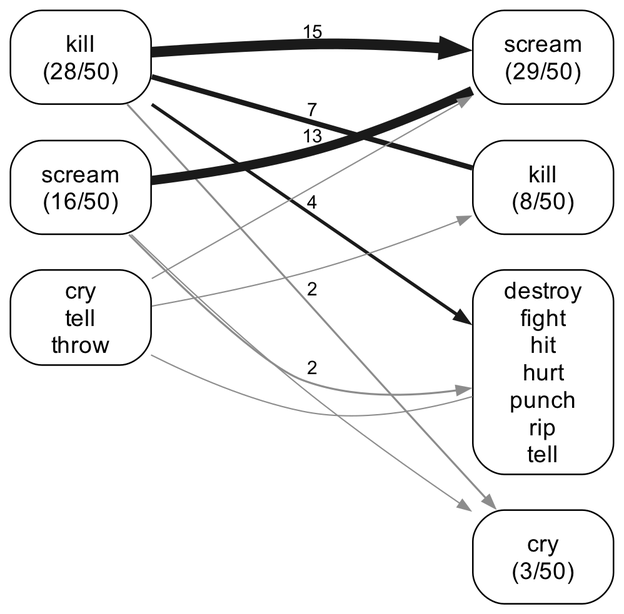
quadrismegistus/malignment keeps this Graphviz diagram as experiments/displacement/substitution_shape/figures/lineage_graph_she_was_so_angry_she_flow_collapsed.png. Above is the earlier version. Its source is kept beside it as experiments/displacement/substitution_shape/figures/lineage_graph_she_was_so_angry_she_flow_collapsed.dot. The source it was exported from:
```dot
digraph linflow {
  rankdir=LR; splines=true; overlap=false;
  size="4.8,12.48";
  bgcolor="white"; nodesep=0.10; ranksep=1.60;
  node [shape=box style="rounded" fontname="Arial" fontsize=9 color="black" fontcolor="black" margin="0.06,0.035" penwidth=0.6];
  edge [fontname="Arial" fontsize=7.2 color="#4d4d4d" penwidth=0.75 arrowsize=0.5];
  { rank=same;
  "B_kill" [label="kill\n(28/50)"];
  "B_scream" [label="scream\n(16/50)"];
  "B_ZZ_ONES" [label="cry\ntell\nthrow"];
  }
  { rank=same;
  "A_scream" [label="scream\n(29/50)"];
  "A_kill" [label="kill\n(8/50)"];
  "A_ZZ_ONES" [label="destroy\nfight\nhit\nhurt\npunch\nrip\ntell"];
  "A_cry" [label="cry\n(3/50)"];
  }
  "B_kill" -> "B_scream" [style=invis];
  "B_scream" -> "B_ZZ_ONES" [style=invis];
  "A_scream" -> "A_kill" [style=invis];
  "A_kill" -> "A_ZZ_ONES" [style=invis];
  "A_ZZ_ONES" -> "A_cry" [style=invis];
  "B_kill" -> "A_scream" [style=invis weight=100];
  "B_kill" -> "A_scream" [penwidth=4.10 color="#1a1a1a" label="15"];
  "B_scream" -> "A_scream" [penwidth=3.59 color="#1a1a1a" arrowhead=none label="13"];
  "B_kill" -> "A_kill" [penwidth=2.04 color="#1a1a1a" arrowhead=none label="7"];
  "B_kill" -> "A_ZZ_ONES" [penwidth=1.27 color="#1a1a1a" label="4"];
  "B_kill" -> "A_cry" [penwidth=0.76 color="#8c8c8c" label="2"];
  "B_scream" -> "A_ZZ_ONES" [penwidth=0.76 color="#8c8c8c" label="2"];
  "B_ZZ_ONES" -> "A_kill" [penwidth=0.50 color="#8c8c8c"];
  "B_scream" -> "A_cry" [penwidth=0.50 color="#8c8c8c"];
  "B_ZZ_ONES" -> "A_ZZ_ONES" [penwidth=0.50 color="#8c8c8c" arrowhead=none];
  "B_ZZ_ONES" -> "A_scream" [penwidth=0.50 color="#8c8c8c"];
}
```
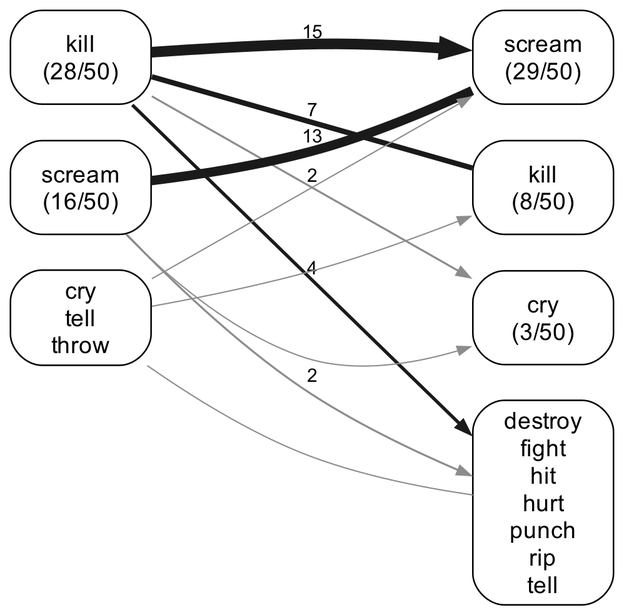
The same file after the commit.

Change to the diagram source:
```diff
@@ -12,14 +12,14 @@
   { rank=same;
   "A_scream" [label="scream\n(29/50)"];
   "A_kill" [label="kill\n(8/50)"];
+  "A_cry" [label="cry\n(3/50)"];
   "A_ZZ_ONES" [label="destroy\nfight\nhit\nhurt\npunch\nrip\ntell"];
-  "A_cry" [label="cry\n(3/50)"];
   }
   "B_kill" -> "B_scream" [style=invis];
   "B_scream" -> "B_ZZ_ONES" [style=invis];
   "A_scream" -> "A_kill" [style=invis];
-  "A_kill" -> "A_ZZ_ONES" [style=invis];
-  "A_ZZ_ONES" -> "A_cry" [style=invis];
+  "A_kill" -> "A_cry" [style=invis];
+  "A_cry" -> "A_ZZ_ONES" [style=invis];
   "B_kill" -> "A_scream" [style=invis weight=100];
   "B_kill" -> "A_scream" [penwidth=4.10 color="#1a1a1a" label="15"];
   "B_scream" -> "A_scream" [penwidth=3.59 color="#1a1a1a" arrowhead=none label="13"];
```
